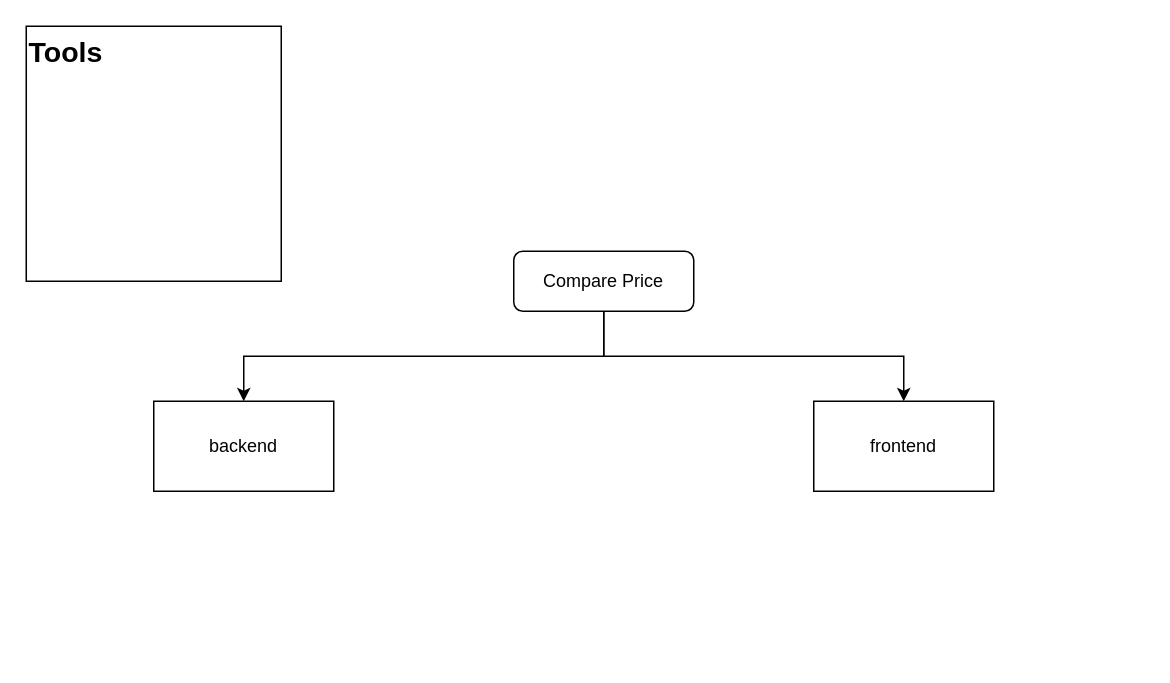
This is Untitled Diagram.drawio from rupesh110/comparePrice, a draw.io file, before an edit. Source tidied: cells renumbered, new cells numbered last; positions are measured from the earlier drawing's top-left corner, leaving out a move shared by most shapes. Both pictures are drawn from the tidied source at 150%, with x=0, y=0 at pixel (26, 26).
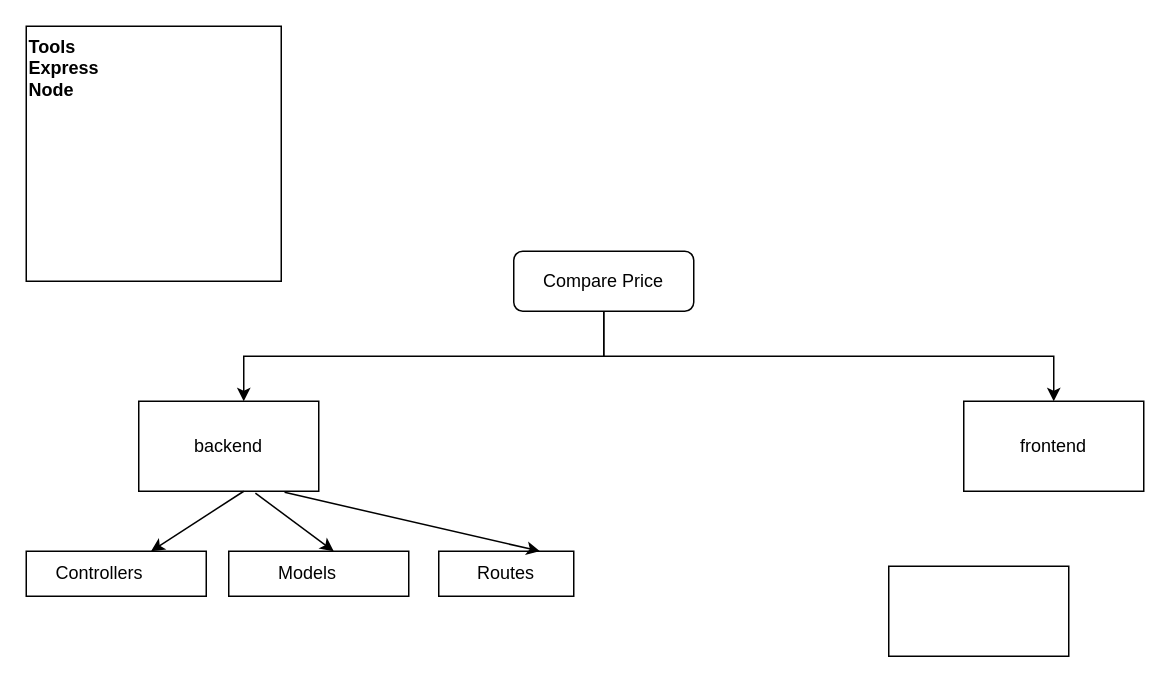
Above is the later version.

Commit message:
added some features on backend

Change to the diagram source:
```diff
@@
 <mxGraphModel>
   <root>
     <mxCell id="0" />
     <mxCell id="1" parent="0" />
     <mxCell id="2" style="edgeStyle=orthogonalEdgeStyle;rounded=0;jettySize=auto;html=1;exitX=0.5;exitY=1;exitDx=0;exitDy=0;" parent="1" edge="1" source="4" target="5">
       <mxGeometry relative="1" as="geometry">
         <Array as="points">
           <mxPoint x="385" y="220" />
           <mxPoint x="145" y="220" />
         </Array>
       </mxGeometry>
     </mxCell>
     <mxCell id="3" style="edgeStyle=orthogonalEdgeStyle;rounded=0;jettySize=auto;html=1;exitX=0.5;exitY=1;exitDx=0;exitDy=0;" parent="1" edge="1" source="4" target="6">
       <mxGeometry relative="1" as="geometry" />
     </mxCell>
     <mxCell id="4" value="Compare Price&lt;br&gt;" style="rounded=1;whiteSpace=wrap;html=1;" parent="1" vertex="1">
       <mxGeometry x="325" y="150" width="120" height="40" as="geometry" />
     </mxCell>
     <mxCell id="5" value="backend" style="rounded=0;whiteSpace=wrap;html=1;" parent="1" vertex="1">
-      <mxGeometry x="85" y="250" width="120" height="60" as="geometry" />
+      <mxGeometry x="75" y="250" width="120" height="60" as="geometry" />
     </mxCell>
     <mxCell id="6" value="frontend" style="rounded=0;whiteSpace=wrap;html=1;" parent="1" vertex="1">
-      <mxGeometry x="525" y="250" width="120" height="60" as="geometry" />
+      <mxGeometry x="625" y="250" width="120" height="60" as="geometry" />
     </mxCell>
-    <mxCell id="7" value="&lt;b&gt;&lt;font style=&quot;font-size: 19px;&quot;&gt;Tools&lt;/font&gt;&lt;/b&gt;" style="whiteSpace=wrap;html=1;align=left;verticalAlign=top;" parent="1" vertex="1">
+    <mxCell id="7" value="&lt;span style=&quot;&quot;&gt;&lt;b&gt;Tools&amp;nbsp;&lt;br&gt;Express&lt;br&gt;Node&lt;br&gt;&lt;/b&gt;&lt;/span&gt;" style="whiteSpace=wrap;html=1;align=left;verticalAlign=top;" parent="1" vertex="1">
       <mxGeometry width="170" height="170" as="geometry" />
     </mxCell>
+    <mxCell id="8" value="Controllers&lt;span style=&quot;white-space: pre;&quot;&gt;&#9;&lt;/span&gt;" style="rounded=0;whiteSpace=wrap;html=1;" parent="1" vertex="1">
+      <mxGeometry y="350" width="120" height="30" as="geometry" />
+    </mxCell>
+    <mxCell id="9" value="Models&lt;span style=&quot;white-space: pre;&quot;&gt;&#9;&lt;/span&gt;" style="rounded=0;whiteSpace=wrap;html=1;" parent="1" vertex="1">
+      <mxGeometry x="135" y="350" width="120" height="30" as="geometry" />
+    </mxCell>
+    <mxCell id="10" value="Routes" style="rounded=0;whiteSpace=wrap;html=1;" parent="1" vertex="1">
+      <mxGeometry x="275" y="350" width="90" height="30" as="geometry" />
+    </mxCell>
+    <mxCell id="11" style="rounded=0;whiteSpace=wrap;html=1;" parent="1" vertex="1">
+      <mxGeometry x="575" y="360" width="120" height="60" as="geometry" />
+    </mxCell>
+    <mxCell id="12" style="endArrow=classic;html=1;rounded=0;" parent="1" edge="1" target="8">
+      <mxGeometry relative="1" as="geometry">
+        <mxPoint x="145" y="310" as="sourcePoint" />
+      </mxGeometry>
+    </mxCell>
+    <mxCell id="13" style="endArrow=classic;html=1;rounded=0;exitX=0.648;exitY=1.021;exitDx=0;exitDy=0;exitPerimeter=0;" parent="1" edge="1" source="5">
+      <mxGeometry relative="1" as="geometry">
+        <mxPoint x="205" y="350" as="targetPoint" />
+      </mxGeometry>
+    </mxCell>
+    <mxCell id="14" style="endArrow=classic;html=1;rounded=0;exitX=0.81;exitY=1.012;exitDx=0;exitDy=0;exitPerimeter=0;entryX=0.75;entryY=0;entryDx=0;entryDy=0;" parent="1" edge="1" source="5" target="10">
+      <mxGeometry relative="1" as="geometry" />
+    </mxCell>
   </root>
 </mxGraphModel>
```
